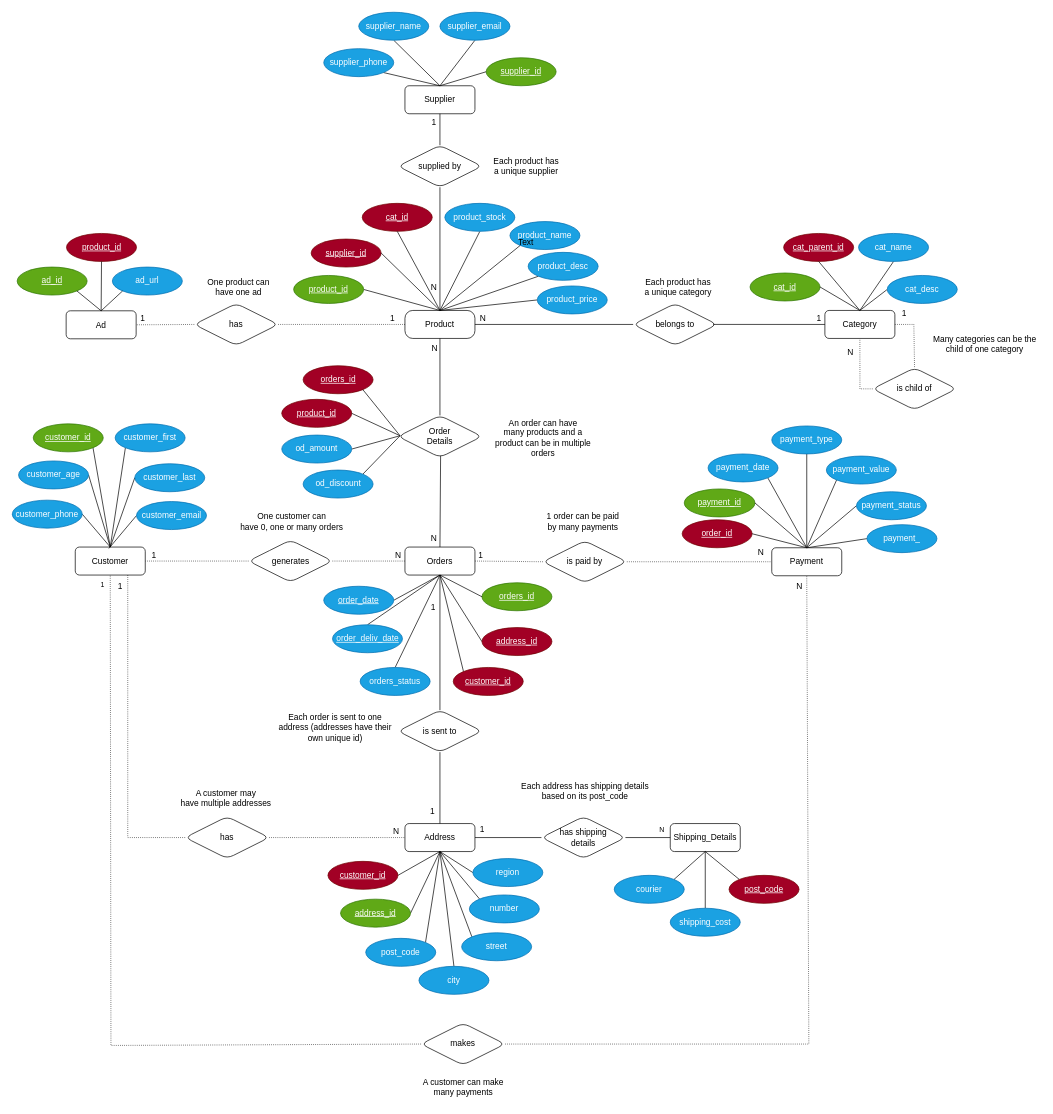
Before: E_R_Diagram/17_2_Meeting_ER_diagram.drawio in diego-karsa/Data-Management-Group-15, a draw.io diagram. Source tidied: cells renumbered, new cells numbered last; positions are measured from the earlier drawing's top-left corner, leaving out a move shared by most shapes. Both pictures are drawn from the tidied source at 70%, with x=0, y=0 at pixel (12, 12).
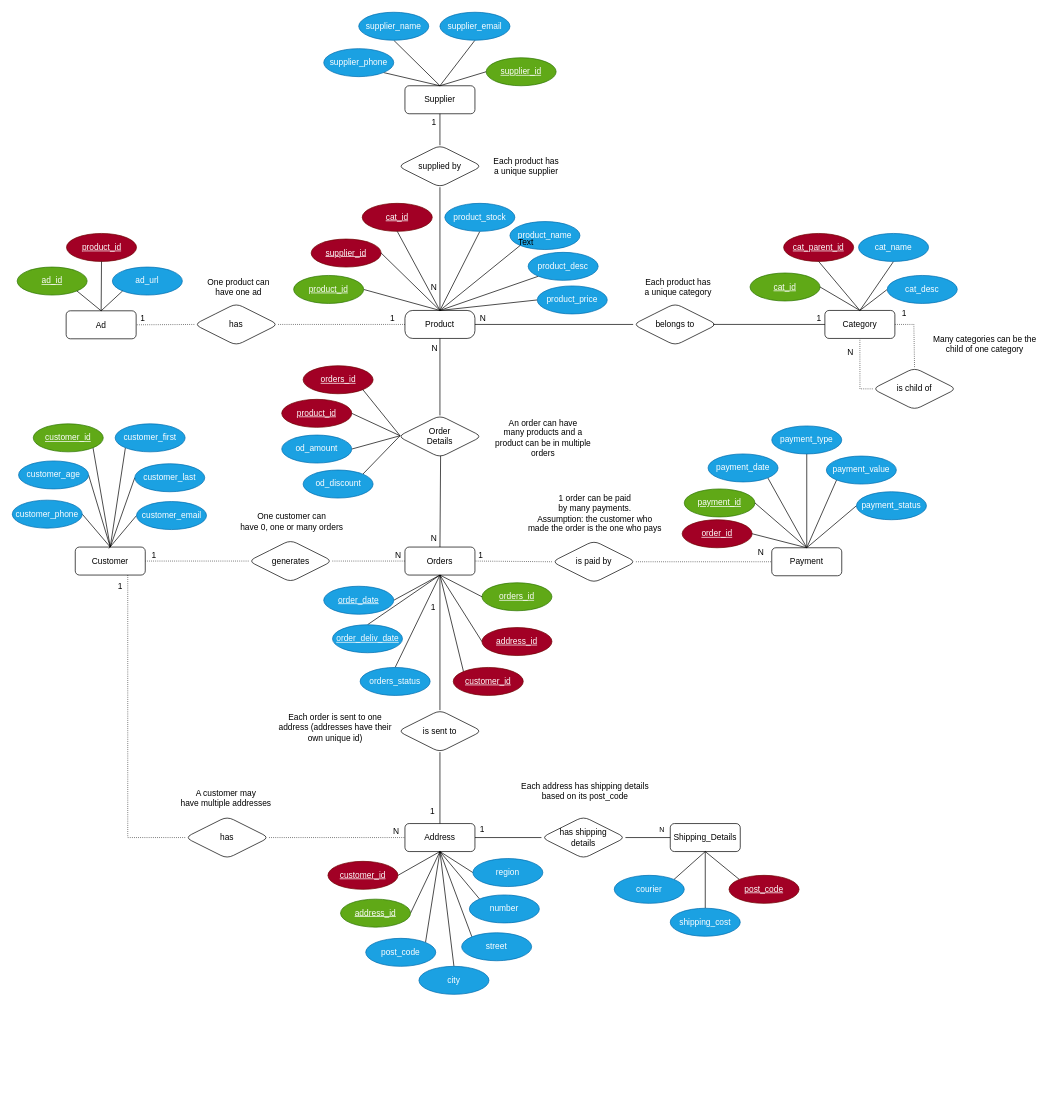
The same page after the edit.

The change refers to these unchanged cells:
```xml
<mxCell id="2" value="Customer" style="whiteSpace=wrap;html=1;align=center;rounded=1;" parent="1" vertex="1">
  <mxGeometry x="90" y="764" width="100" height="40" as="geometry" />
</mxCell>
<mxCell id="12" value="Payment" style="whiteSpace=wrap;html=1;align=center;rounded=1;" parent="1" vertex="1">
  <mxGeometry x="1085" y="765" width="100" height="40" as="geometry" />
</mxCell>
```

Change to the diagram source:
```diff
@@
     <mxCell id="62" value="is paid by" style="shape=rhombus;perimeter=rhombusPerimeter;whiteSpace=wrap;html=1;align=center;rounded=1;" parent="1" vertex="1">
-      <mxGeometry x="758" y="755" width="120" height="60" as="geometry" />
+      <mxGeometry x="771" y="755" width="120" height="60" as="geometry" />
     </mxCell>
@@
-    <mxCell id="69" value="&lt;div&gt;1 order can be paid &lt;br&gt;by many payments&lt;br&gt;&lt;/div&gt;" style="text;html=1;align=center;verticalAlign=middle;strokeColor=none;fillColor=none;" parent="1" vertex="1">
-      <mxGeometry x="753" y="707" width="124" height="41" as="geometry" />
+    <mxCell id="69" value="&lt;div&gt;1 order can be paid &lt;br&gt;by many payments.&lt;br&gt;Assumption: the customer who&lt;br&gt;made the order is the one who pays&lt;/div&gt;" style="text;html=1;align=center;verticalAlign=middle;strokeColor=none;fillColor=none;" parent="1" vertex="1">
+      <mxGeometry x="730" y="681" width="204" height="70" as="geometry" />
     </mxCell>
@@
-    <mxCell id="78" value="makes" style="shape=rhombus;perimeter=rhombusPerimeter;whiteSpace=wrap;html=1;align=center;rounded=1;" parent="1" vertex="1">
-      <mxGeometry x="584" y="1444" width="120" height="60" as="geometry" />
-    </mxCell>
-    <mxCell id="79" value="&lt;div&gt;A customer can make&lt;/div&gt;&lt;div&gt;many payments&lt;br&gt;&lt;/div&gt;" style="text;html=1;align=center;verticalAlign=middle;strokeColor=none;fillColor=none;" parent="1" vertex="1">
-      <mxGeometry x="575.5" y="1515" width="137" height="41" as="geometry" />
-    </mxCell>
@@
-    <mxCell id="82" style="endArrow=none;html=1;rounded=0;dashed=1;dashPattern=1 2;entryX=0.5;entryY=1;entryDx=0;entryDy=0;exitX=1;exitY=0.5;exitDx=0;exitDy=0;" parent="1" edge="1" source="78" target="12">
-      <mxGeometry relative="1" as="geometry">
-        <Array as="points">
-          <mxPoint x="1138" y="1474" />
-        </Array>
-      </mxGeometry>
-    </mxCell>
-    <mxCell id="83" value="N" style="html=1;align=right;verticalAlign=bottom;" parent="82" vertex="1">
-      <mxGeometry x="1" relative="1" as="geometry">
-        <mxPoint x="-6" y="23" as="offset" />
-      </mxGeometry>
-    </mxCell>
@@
-    <mxCell id="144" style="endArrow=none;html=1;rounded=0;dashed=1;dashPattern=1 2;strokeColor=default;fontSize=10;entryX=0.5;entryY=1;entryDx=0;entryDy=0;exitX=0;exitY=0.5;exitDx=0;exitDy=0;" parent="1" edge="1" source="78" target="2">
-      <mxGeometry relative="1" as="geometry">
-        <Array as="points">
-          <mxPoint x="141" y="1476" />
-        </Array>
-      </mxGeometry>
-    </mxCell>
-    <mxCell id="145" value="1" style="html=1;align=right;verticalAlign=bottom;rounded=1;shadow=0;sketch=0;fontSize=10;" parent="144" vertex="1">
-      <mxGeometry x="1" relative="1" as="geometry">
-        <mxPoint x="-8" y="22" as="offset" />
-      </mxGeometry>
-    </mxCell>
@@
-    <mxCell id="147" style="edgeStyle=none;html=1;exitX=0;exitY=0.5;exitDx=0;exitDy=0;entryX=0.5;entryY=0;entryDx=0;entryDy=0;strokeColor=default;fontSize=10;endArrow=none;endFill=0;" parent="1" edge="1" source="148" target="12">
-      <mxGeometry relative="1" as="geometry" />
-    </mxCell>
-    <mxCell id="148" value="payment_" style="ellipse;whiteSpace=wrap;html=1;align=center;fontStyle=0;rounded=1;fillColor=#1ba1e2;fontColor=#ffffff;strokeColor=#006EAF;" parent="1" vertex="1">
-      <mxGeometry x="1221" y="732" width="100" height="40" as="geometry" />
-    </mxCell>
```
